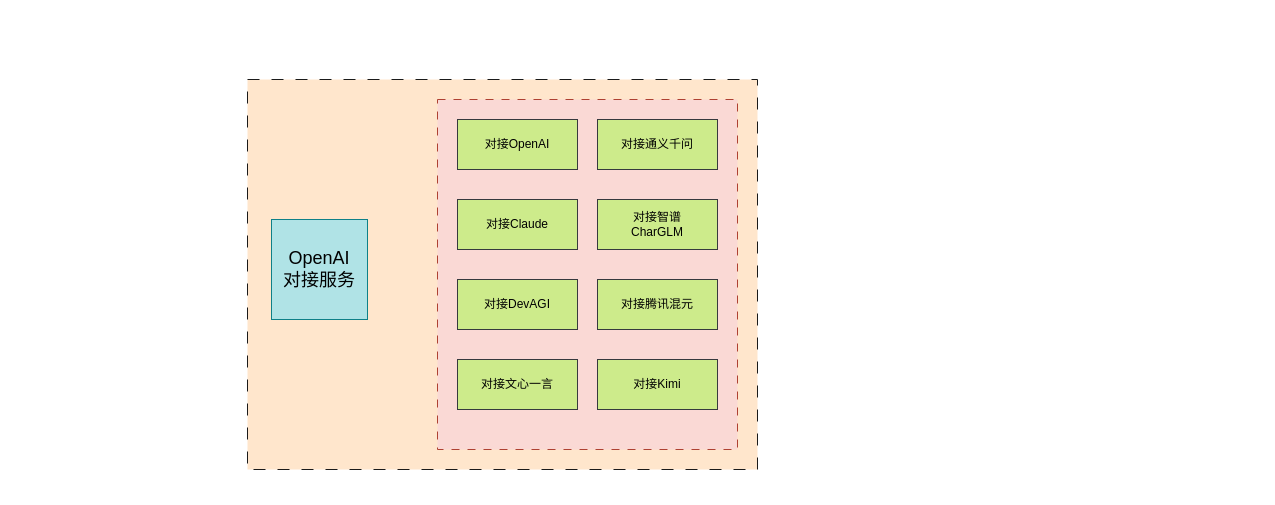
wangzhenyi804/3ho keeps this draw.io diagram as src/未命名绘图.drawio. Above is the earlier version. Source tidied: cells renumbered, new cells numbered last; positions are measured from the earlier drawing's top-left corner, leaving out a move shared by most shapes. Both pictures are drawn from the tidied source at 100%, with x=0, y=0 at pixel (247, 79).
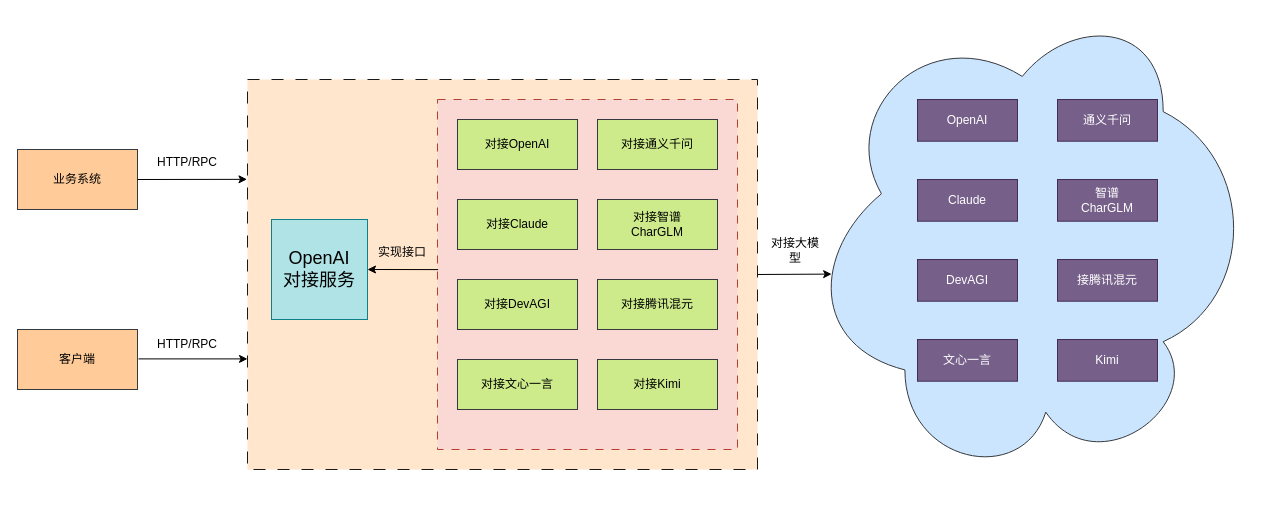
The same page after the edit.

Commit message:
更新对接OpenAI服务设计.drawio

Unchanged cells that the change refers to:
```xml
<mxCell id="2" style="rounded=0;whiteSpace=wrap;html=1;fillColor=#ffe6cc;strokeColor=#1A1A1A;dashed=1;dashPattern=12 12;" parent="1" vertex="1">
  <mxGeometry width="510" height="390" as="geometry" />
</mxCell>
<mxCell id="3" value="OpenAI&lt;div&gt;对接服务&lt;/div&gt;" style="rounded=0;whiteSpace=wrap;html=1;fillColor=#b0e3e6;strokeColor=#0e8088;fontSize=18;" parent="1" vertex="1">
  <mxGeometry x="24" y="140" width="96" height="100" as="geometry" />
</mxCell>
<mxCell id="4" style="rounded=0;whiteSpace=wrap;html=1;dashed=1;dashPattern=8 8;fillColor=#fad9d5;strokeColor=#ae4132;" parent="1" vertex="1">
  <mxGeometry x="190" y="20" width="300" height="350" as="geometry" />
</mxCell>
```

Diff of the diagram source:
```diff
@@
+    <mxCell id="13" style="endArrow=classic;html=1;rounded=0;entryX=1;entryY=0.5;entryDx=0;entryDy=0;exitX=0.002;exitY=0.486;exitDx=0;exitDy=0;exitPerimeter=0;" parent="1" edge="1" source="4" target="3">
+      <mxGeometry relative="1" as="geometry" />
+    </mxCell>
+    <mxCell id="14" value="实现接口" style="text;html=1;align=center;verticalAlign=middle;whiteSpace=wrap;rounded=0;" parent="1" vertex="1">
+      <mxGeometry x="130" y="158" width="50" height="30" as="geometry" />
+    </mxCell>
+    <mxCell id="15" value="业务系统" style="rounded=0;whiteSpace=wrap;html=1;fillColor=#ffcc99;strokeColor=#36393d;" parent="1" vertex="1">
+      <mxGeometry x="-230" y="70" width="120" height="60" as="geometry" />
+    </mxCell>
+    <mxCell id="16" value="客户端" style="rounded=0;whiteSpace=wrap;html=1;fillColor=#ffcc99;strokeColor=#36393d;" parent="1" vertex="1">
+      <mxGeometry x="-230" y="250" width="120" height="60" as="geometry" />
+    </mxCell>
+    <mxCell id="17" style="endArrow=classic;html=1;rounded=0;exitX=1;exitY=0.5;exitDx=0;exitDy=0;entryX=-0.001;entryY=0.256;entryDx=0;entryDy=0;entryPerimeter=0;" parent="1" edge="1" source="15" target="2">
+      <mxGeometry relative="1" as="geometry" />
+    </mxCell>
+    <mxCell id="18" style="endArrow=classic;html=1;rounded=0;exitX=1;exitY=0.5;exitDx=0;exitDy=0;entryX=-0.001;entryY=0.256;entryDx=0;entryDy=0;entryPerimeter=0;" parent="1" edge="1">
+      <mxGeometry relative="1" as="geometry">
+        <mxPoint x="-109" y="279.4" as="sourcePoint" />
+        <mxPoint y="279.4" as="targetPoint" />
+      </mxGeometry>
+    </mxCell>
+    <mxCell id="19" value="HTTP/RPC" style="text;html=1;align=center;verticalAlign=middle;whiteSpace=wrap;rounded=0;" parent="1" vertex="1">
+      <mxGeometry x="-90" y="68" width="60" height="30" as="geometry" />
+    </mxCell>
+    <mxCell id="20" value="HTTP/RPC" style="text;html=1;align=center;verticalAlign=middle;whiteSpace=wrap;rounded=0;" parent="1" vertex="1">
+      <mxGeometry x="-90" y="250" width="60" height="30" as="geometry" />
+    </mxCell>
+    <mxCell id="21" style="endArrow=classic;html=1;rounded=0;exitX=1;exitY=0.5;exitDx=0;exitDy=0;entryX=0.454;entryY=0.094;entryDx=0;entryDy=0;entryPerimeter=0;" parent="1" edge="1" source="2" target="22">
+      <mxGeometry relative="1" as="geometry" />
+    </mxCell>
+    <mxCell id="22" style="shape=cloud;whiteSpace=wrap;html=1;direction=north;fillColor=#cce5ff;strokeColor=#36393d;" parent="1" vertex="1">
+      <mxGeometry x="540" y="-61.8" width="469.6" height="469.6" as="geometry" />
+    </mxCell>
+    <mxCell id="23" value="OpenAI" style="rounded=0;whiteSpace=wrap;html=1;fillColor=#76608a;strokeColor=#432D57;fontColor=#ffffff;" parent="1" vertex="1">
+      <mxGeometry x="670" y="20" width="100" height="41.7" as="geometry" />
+    </mxCell>
+    <mxCell id="24" value="Claude" style="rounded=0;whiteSpace=wrap;html=1;fillColor=#76608a;strokeColor=#432D57;fontColor=#ffffff;" parent="1" vertex="1">
+      <mxGeometry x="670" y="100" width="100" height="41.7" as="geometry" />
+    </mxCell>
+    <mxCell id="25" value="DevAGI" style="rounded=0;whiteSpace=wrap;html=1;fillColor=#76608a;strokeColor=#432D57;fontColor=#ffffff;" parent="1" vertex="1">
+      <mxGeometry x="670" y="180" width="100" height="41.7" as="geometry" />
+    </mxCell>
+    <mxCell id="26" value="文心一言" style="rounded=0;whiteSpace=wrap;html=1;fillColor=#76608a;strokeColor=#432D57;fontColor=#ffffff;" parent="1" vertex="1">
+      <mxGeometry x="670" y="260" width="100" height="41.7" as="geometry" />
+    </mxCell>
+    <mxCell id="27" value="通义千问" style="rounded=0;whiteSpace=wrap;html=1;fillColor=#76608a;strokeColor=#432D57;fontColor=#ffffff;" parent="1" vertex="1">
+      <mxGeometry x="810" y="20" width="100" height="41.7" as="geometry" />
+    </mxCell>
+    <mxCell id="28" value="智谱&lt;div&gt;CharGLM&lt;/div&gt;" style="rounded=0;whiteSpace=wrap;html=1;fillColor=#76608a;strokeColor=#432D57;fontColor=#ffffff;" parent="1" vertex="1">
+      <mxGeometry x="810" y="100" width="100" height="41.7" as="geometry" />
+    </mxCell>
+    <mxCell id="29" value="接腾讯混元" style="rounded=0;whiteSpace=wrap;html=1;fillColor=#76608a;strokeColor=#432D57;fontColor=#ffffff;" parent="1" vertex="1">
+      <mxGeometry x="810" y="180" width="100" height="41.7" as="geometry" />
+    </mxCell>
+    <mxCell id="30" value="Kimi" style="rounded=0;whiteSpace=wrap;html=1;fillColor=#76608a;strokeColor=#432D57;fontColor=#ffffff;" parent="1" vertex="1">
+      <mxGeometry x="810" y="260" width="100" height="41.7" as="geometry" />
+    </mxCell>
+    <mxCell id="31" value="对接大模型" style="text;html=1;align=center;verticalAlign=middle;whiteSpace=wrap;rounded=0;" parent="1" vertex="1">
+      <mxGeometry x="518" y="156" width="60" height="30" as="geometry" />
+    </mxCell>
```
